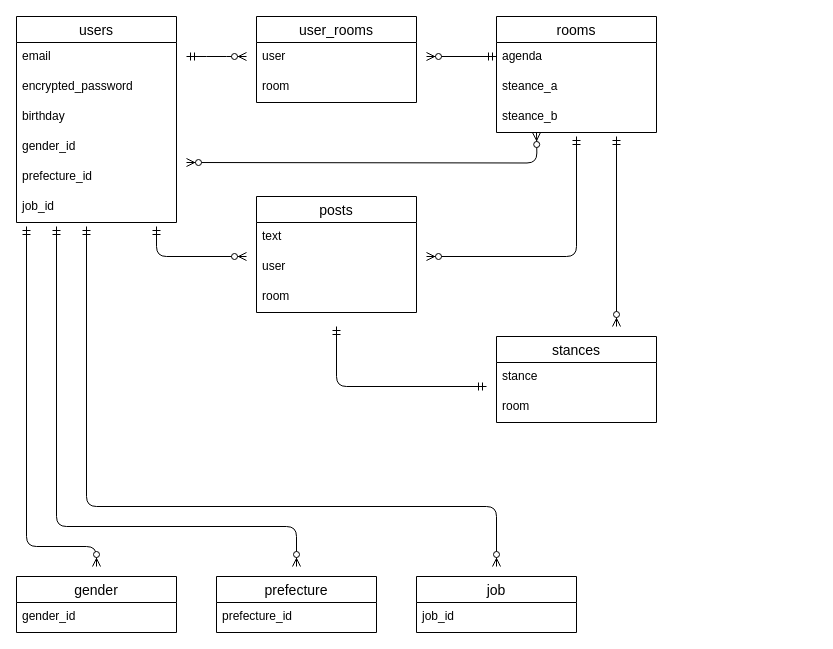
The draw.io diagram bin/ER.dio in massan7251/breakpoint_app, before the edit. Source tidied: cells renumbered, new cells numbered last; positions are measured from the earlier drawing's top-left corner, leaving out a move shared by most shapes. Both pictures are drawn from the tidied source at 100%, with x=0, y=0 at pixel (16, 16).
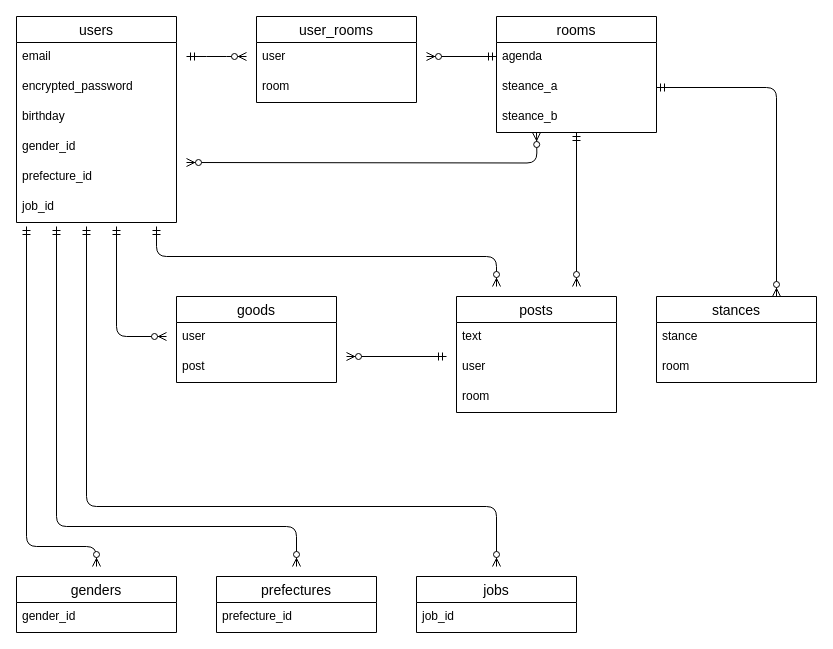
The same page after the edit.

The change refers to these unchanged cells:
```xml
<mxCell id="18" value="steance_a" style="text;strokeColor=none;fillColor=none;spacingLeft=4;spacingRight=4;overflow=hidden;points=[[0,0.5],[1,0.5]];portConstraint=eastwest;fontSize=12;" parent="16" vertex="1">
  <mxGeometry y="56" width="160" height="30" as="geometry" />
</mxCell>
```

The edit, as a diff of the source:
```diff
@@
     <mxCell id="9" value="stances" style="swimlane;fontStyle=0;horizontal=1;startSize=26;align=center;fontSize=14;" parent="1" vertex="1">
-      <mxGeometry x="480" y="320" width="160" height="86" as="geometry" />
+      <mxGeometry x="640" y="280" width="160" height="86" as="geometry" />
     </mxCell>
@@
     <mxCell id="12" value="posts" style="swimlane;fontStyle=0;horizontal=1;startSize=26;align=center;fontSize=14;" parent="1" vertex="1">
-      <mxGeometry x="240" y="180" width="160" height="116" as="geometry" />
+      <mxGeometry x="440" y="280" width="160" height="116" as="geometry" />
     </mxCell>
@@
     <mxCell id="26" style="edgeStyle=orthogonalEdgeStyle;fontSize=12;html=1;endArrow=ERzeroToMany;startArrow=ERmandOne;" parent="1" edge="1">
       <mxGeometry relative="1" as="geometry">
         <mxPoint x="140" y="210" as="sourcePoint" />
-        <mxPoint x="230" y="240" as="targetPoint" />
+        <mxPoint x="480" y="270" as="targetPoint" />
         <Array as="points">
           <mxPoint x="140" y="240" />
+          <mxPoint x="480" y="240" />
         </Array>
       </mxGeometry>
     </mxCell>
-    <mxCell id="27" value="gender" style="swimlane;fontStyle=0;horizontal=1;startSize=26;align=center;fontSize=14;" parent="1" vertex="1">
+    <mxCell id="27" value="genders" style="swimlane;fontStyle=0;horizontal=1;startSize=26;align=center;fontSize=14;" parent="1" vertex="1">
       <mxGeometry y="560" width="160" height="56" as="geometry" />
     </mxCell>
@@
-    <mxCell id="29" value="prefecture" style="swimlane;fontStyle=0;horizontal=1;startSize=26;align=center;fontSize=14;" parent="1" vertex="1">
+    <mxCell id="29" value="prefectures" style="swimlane;fontStyle=0;horizontal=1;startSize=26;align=center;fontSize=14;" parent="1" vertex="1">
       <mxGeometry x="200" y="560" width="160" height="56" as="geometry" />
     </mxCell>
@@
-    <mxCell id="31" value="job" style="swimlane;fontStyle=0;horizontal=1;startSize=26;align=center;fontSize=14;" parent="1" vertex="1">
+    <mxCell id="31" value="jobs" style="swimlane;fontStyle=0;horizontal=1;startSize=26;align=center;fontSize=14;" parent="1" vertex="1">
       <mxGeometry x="400" y="560" width="160" height="56" as="geometry" />
     </mxCell>
@@
-    <mxCell id="36" style="fontSize=12;html=1;endArrow=ERzeroToMany;startArrow=ERmandOne;" parent="1" edge="1">
-      <mxGeometry relative="1" as="geometry">
-        <mxPoint x="600" y="120" as="sourcePoint" />
-        <mxPoint x="600" y="310" as="targetPoint" />
-      </mxGeometry>
+    <mxCell id="36" style="fontSize=12;html=1;endArrow=ERzeroToMany;startArrow=ERmandOne;exitX=1;exitY=0.5;exitDx=0;exitDy=0;entryX=0.75;entryY=0;entryDx=0;entryDy=0;edgeStyle=orthogonalEdgeStyle;" parent="1" edge="1" source="18" target="9">
+      <mxGeometry relative="1" as="geometry" />
     </mxCell>
     <mxCell id="37" style="edgeStyle=orthogonalEdgeStyle;fontSize=12;html=1;endArrow=ERzeroToMany;startArrow=ERmandOne;" parent="1" edge="1">
       <mxGeometry relative="1" as="geometry">
-        <mxPoint x="560" y="120" as="sourcePoint" />
-        <mxPoint x="410" y="240" as="targetPoint" />
-        <Array as="points">
-          <mxPoint x="560" y="240" />
-        </Array>
+        <mxPoint x="560" y="116" as="sourcePoint" />
+        <mxPoint x="560" y="270" as="targetPoint" />
       </mxGeometry>
     </mxCell>
-    <mxCell id="38" style="edgeStyle=orthogonalEdgeStyle;fontSize=12;html=1;endArrow=ERmandOne;startArrow=ERmandOne;" parent="1" edge="1">
-      <mxGeometry relative="1" as="geometry">
-        <mxPoint x="320" y="310" as="sourcePoint" />
-        <mxPoint x="470" y="370" as="targetPoint" />
-        <Array as="points">
-          <mxPoint x="320" y="370" />
-        </Array>
-      </mxGeometry>
-    </mxCell>
+    <mxCell id="39" value="goods" style="swimlane;fontStyle=0;horizontal=1;startSize=26;align=center;fontSize=14;" parent="1" vertex="1">
+      <mxGeometry x="160" y="280" width="160" height="86" as="geometry" />
+    </mxCell>
+    <mxCell id="40" value="user" style="text;strokeColor=none;fillColor=none;spacingLeft=4;spacingRight=4;overflow=hidden;fontSize=12;" parent="39" vertex="1">
+      <mxGeometry y="26" width="160" height="30" as="geometry" />
+    </mxCell>
+    <mxCell id="41" value="post" style="text;strokeColor=none;fillColor=none;spacingLeft=4;spacingRight=4;overflow=hidden;fontSize=12;" parent="39" vertex="1">
+      <mxGeometry y="56" width="160" height="30" as="geometry" />
+    </mxCell>
+    <mxCell id="42" style="edgeStyle=orthogonalEdgeStyle;fontSize=12;html=1;endArrow=ERzeroToMany;startArrow=ERmandOne;" parent="1" edge="1">
+      <mxGeometry relative="1" as="geometry">
+        <mxPoint x="100" y="210" as="sourcePoint" />
+        <mxPoint x="150" y="320" as="targetPoint" />
+        <Array as="points">
+          <mxPoint x="100" y="320" />
+        </Array>
+      </mxGeometry>
+    </mxCell>
+    <mxCell id="43" style="fontSize=12;html=1;endArrow=ERzeroToMany;startArrow=ERmandOne;" parent="1" edge="1">
+      <mxGeometry relative="1" as="geometry">
+        <mxPoint x="430" y="340" as="sourcePoint" />
+        <mxPoint x="330" y="340" as="targetPoint" />
+      </mxGeometry>
+    </mxCell>
```
